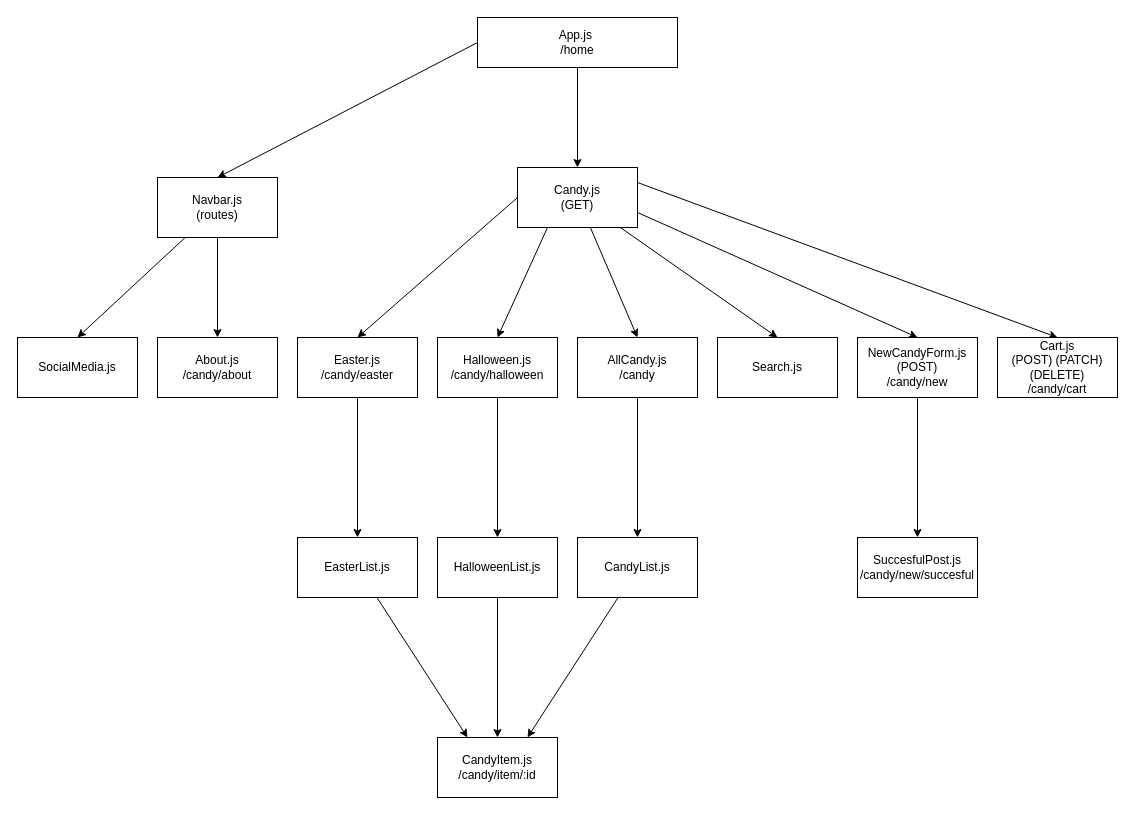
djones02/Candy-Cravers keeps this draw.io diagram as Project.drawio. Above is the earlier version. Source tidied: cells renumbered, new cells numbered last; positions are measured from the earlier drawing's top-left corner, leaving out a move shared by most shapes. Both pictures are drawn from the tidied source at 100%, with x=0, y=0 at pixel (17, 17).
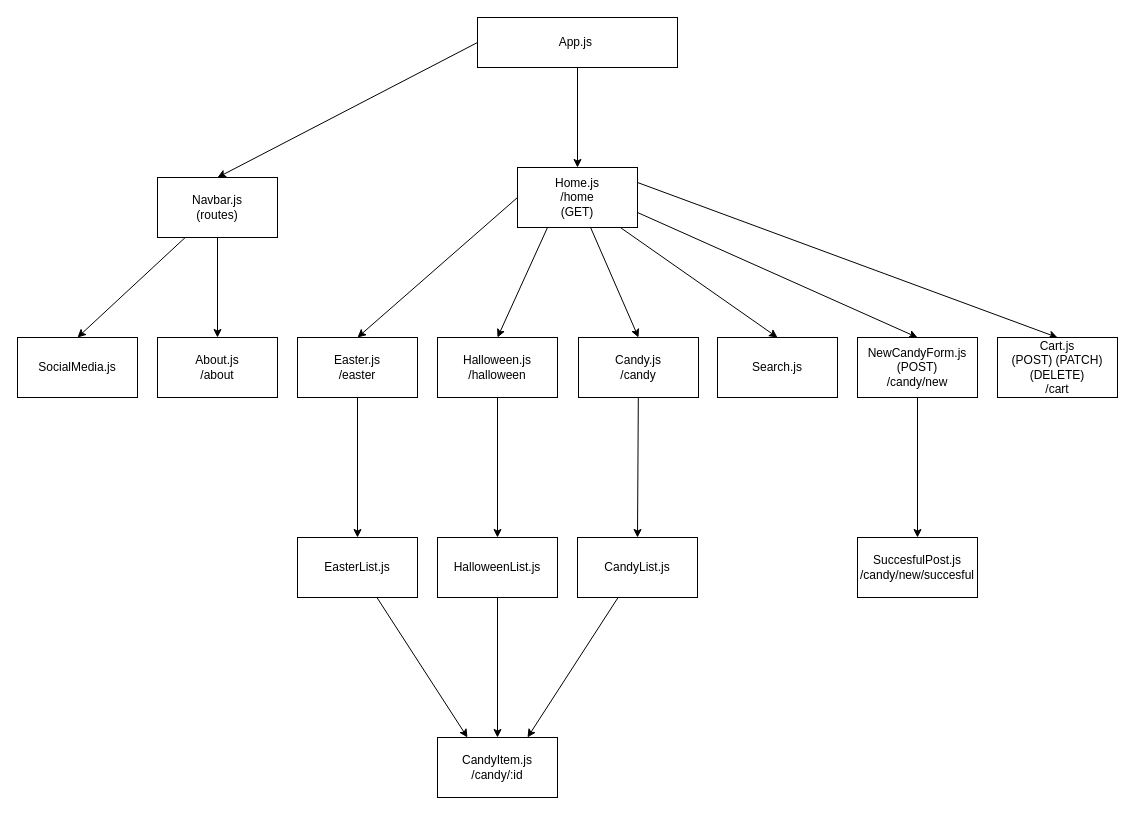
After the change.

The edit, as a diff of the source:
```diff
@@
-    <mxCell id="5" value="App.js&amp;nbsp;&lt;br&gt;/home" style="whiteSpace=wrap;html=1;" parent="1" vertex="1">
+    <mxCell id="5" value="App.js&amp;nbsp;" style="whiteSpace=wrap;html=1;" parent="1" vertex="1">
       <mxGeometry x="460" width="200" height="50" as="geometry" />
     </mxCell>
@@
-    <mxCell id="12" value="Halloween.js&lt;br&gt;/candy/halloween" style="whiteSpace=wrap;html=1;" parent="1" vertex="1">
+    <mxCell id="12" value="Halloween.js&lt;br&gt;/halloween" style="whiteSpace=wrap;html=1;" parent="1" vertex="1">
       <mxGeometry x="420" y="320" width="120" height="60" as="geometry" />
     </mxCell>
@@
-    <mxCell id="14" value="Easter.js&lt;br&gt;/candy/easter" style="whiteSpace=wrap;html=1;" parent="1" vertex="1">
+    <mxCell id="14" value="Easter.js&lt;br&gt;/easter" style="whiteSpace=wrap;html=1;" parent="1" vertex="1">
       <mxGeometry x="280" y="320" width="120" height="60" as="geometry" />
     </mxCell>
@@
-    <mxCell id="23" value="CandyItem.js&lt;br&gt;/candy/item/:id" style="whiteSpace=wrap;html=1;" parent="1" vertex="1">
+    <mxCell id="23" value="CandyItem.js&lt;br&gt;/candy/:id" style="whiteSpace=wrap;html=1;" parent="1" vertex="1">
       <mxGeometry x="420" y="720" width="120" height="60" as="geometry" />
     </mxCell>
@@
-    <mxCell id="27" value="Candy.js&lt;br&gt;(GET)" style="whiteSpace=wrap;html=1;" parent="1" vertex="1">
+    <mxCell id="27" value="Home.js&lt;br&gt;/home&lt;br&gt;(GET)" style="whiteSpace=wrap;html=1;" parent="1" vertex="1">
       <mxGeometry x="500" y="150" width="120" height="60" as="geometry" />
     </mxCell>
@@
-    <mxCell id="29" value="AllCandy.js&lt;br&gt;/candy" style="whiteSpace=wrap;html=1;" parent="1" vertex="1">
-      <mxGeometry x="560" y="320" width="120" height="60" as="geometry" />
+    <mxCell id="29" value="Candy.js&lt;br&gt;/candy" style="whiteSpace=wrap;html=1;" parent="1" vertex="1">
+      <mxGeometry x="561" y="320" width="120" height="60" as="geometry" />
     </mxCell>
@@
-    <mxCell id="32" value="Cart.js&lt;br&gt;(POST) (PATCH)&lt;br&gt;(DELETE)&lt;br&gt;/candy/cart" style="whiteSpace=wrap;html=1;" parent="1" vertex="1">
+    <mxCell id="32" value="Cart.js&lt;br&gt;(POST) (PATCH)&lt;br&gt;(DELETE)&lt;br&gt;/cart" style="whiteSpace=wrap;html=1;" parent="1" vertex="1">
       <mxGeometry x="980" y="320" width="120" height="60" as="geometry" />
     </mxCell>
-    <mxCell id="33" value="About.js&lt;br&gt;/candy/about" style="whiteSpace=wrap;html=1;" parent="1" vertex="1">
+    <mxCell id="33" value="About.js&lt;br&gt;/about" style="whiteSpace=wrap;html=1;" parent="1" vertex="1">
       <mxGeometry x="140" y="320" width="120" height="60" as="geometry" />
     </mxCell>
```
